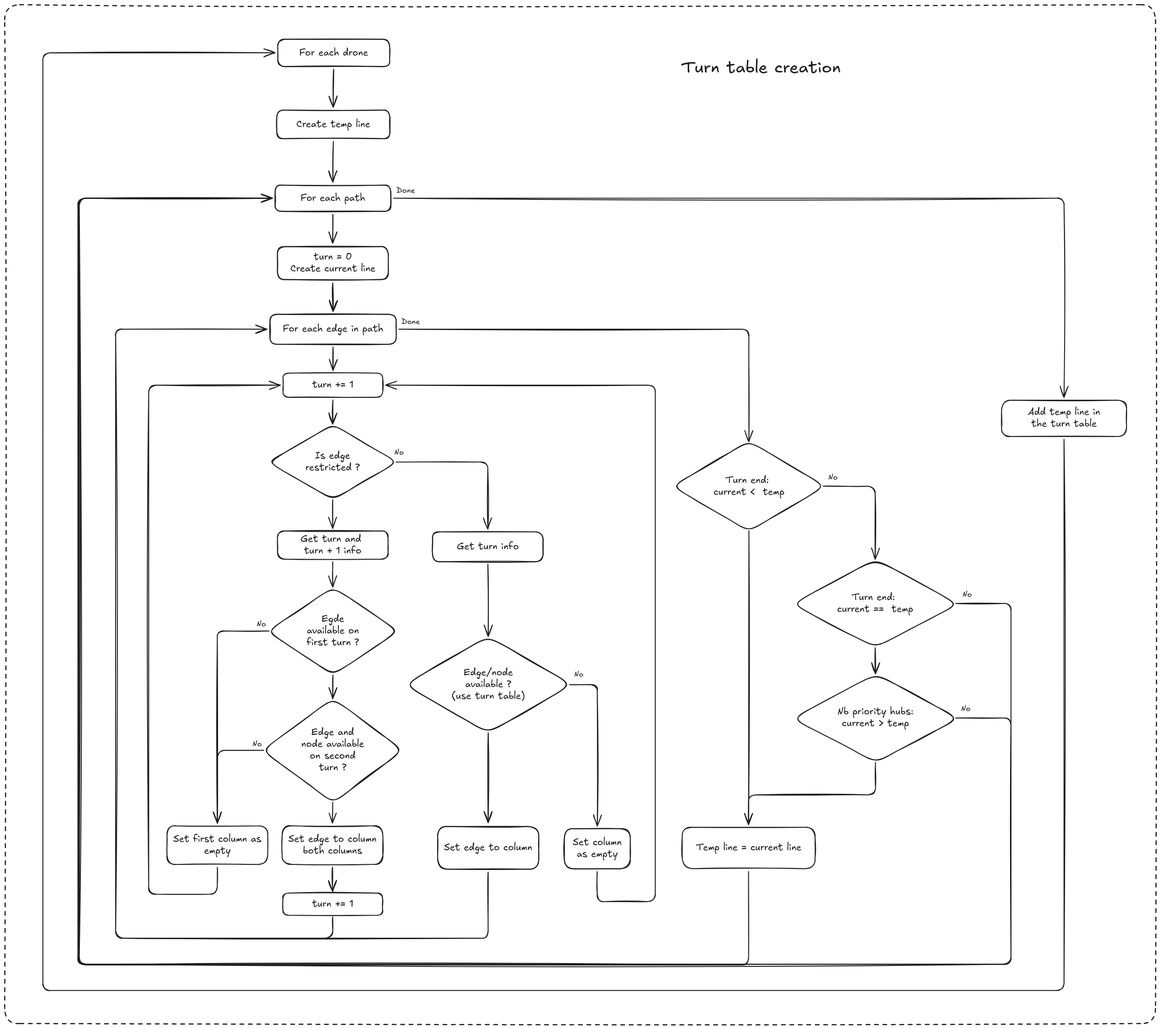
Earlier version of the Excalidraw export images/table_logic.excalidraw.png (flinguenheld/42_fly_in). Source tidied: one line per element, renumbered; positions are measured from the earlier drawing's top-left corner, leaving out a move shared by most shapes.
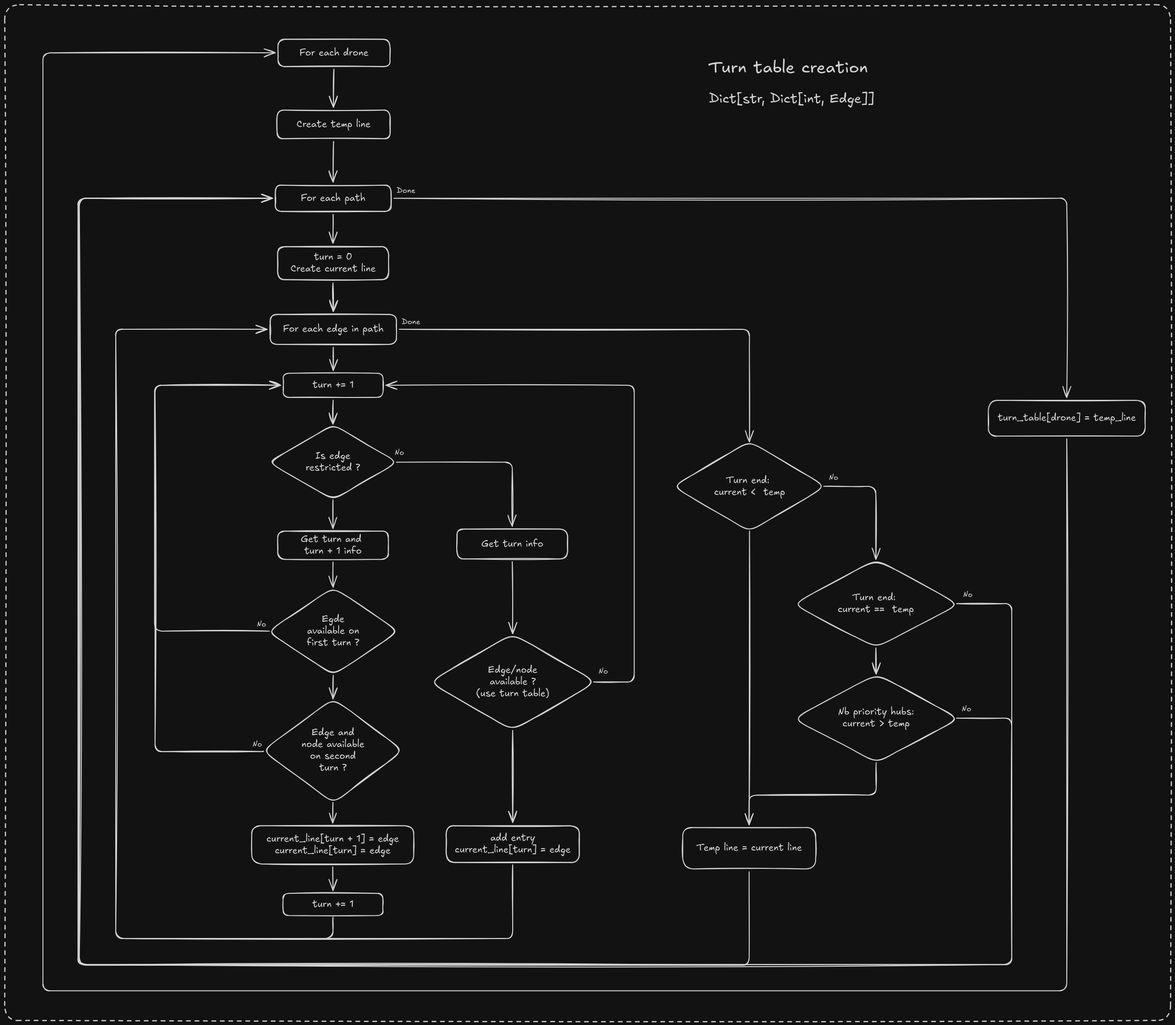
After the commit.

The edit, as a diff of the source:
```diff
@@ -4,18 +4,16 @@
 {"id": 3, "type": "text", "text": "For each path", "strokeColor": "#1e1e1e", "strokeWidth": 2, "roughness": 1, "fontSize": 20, "fontFamily": 5, "textAlign": "center", "verticalAlign": "middle", "inside": 2, "x": 630, "y": 399, "width": 138, "height": 25}
-{"id": 4, "type": "rectangle", "strokeColor": "#1e1e1e", "strokeWidth": 2, "roughness": 1, "round": true, "x": 910, "y": 1121, "width": 235, "height": 63}
+{"id": 4, "type": "rectangle", "strokeColor": "#1e1e1e", "strokeWidth": 2, "roughness": 1, "round": true, "x": 962, "y": 1115, "width": 235, "height": 63}
-{"id": 5, "type": "text", "text": "Get turn info", "strokeColor": "#1e1e1e", "strokeWidth": 2, "roughness": 1, "fontSize": 20, "fontFamily": 5, "textAlign": "center", "verticalAlign": "middle", "inside": 4, "x": 962, "y": 1140, "width": 132, "height": 25}
+{"id": 5, "type": "text", "text": "Get turn info", "strokeColor": "#1e1e1e", "strokeWidth": 2, "roughness": 1, "fontSize": 20, "fontFamily": 5, "textAlign": "center", "verticalAlign": "middle", "inside": 4, "x": 1013, "y": 1134, "width": 132, "height": 25}
 {"id": 6, "type": "rectangle", "strokeColor": "#1e1e1e", "strokeWidth": 2, "roughness": 1, "round": true, "x": 580, "y": 514, "width": 236, "height": 70}
 {"id": 7, "type": "text", "text": "turn = 0\nCreate current line", "strokeColor": "#1e1e1e", "strokeWidth": 2, "roughness": 1, "fontSize": 20, "fontFamily": 5, "textAlign": "center", "verticalAlign": "middle", "inside": 6, "x": 608, "y": 524, "width": 181, "height": 50}
-{"id": 8, "type": "diamond", "strokeColor": "#1e1e1e", "strokeWidth": 2, "roughness": 1, "round": true, "x": 851, "y": 1343, "width": 356, "height": 206}
+{"id": 8, "type": "diamond", "strokeColor": "#1e1e1e", "strokeWidth": 2, "roughness": 1, "round": true, "x": 902, "y": 1337, "width": 356, "height": 206}
-{"id": 9, "type": "text", "text": "Edge/node\navailable ?\n(use turn table)", "strokeColor": "#1e1e1e", "strokeWidth": 2, "roughness": 1, "fontSize": 20, "fontFamily": 5, "textAlign": "center", "verticalAlign": "middle", "inside": 8, "x": 951, "y": 1409, "width": 156, "height": 75}
+{"id": 9, "type": "text", "text": "Edge/node\navailable ?\n(use turn table)", "strokeColor": "#1e1e1e", "strokeWidth": 2, "roughness": 1, "fontSize": 20, "fontFamily": 5, "textAlign": "center", "verticalAlign": "middle", "inside": 8, "x": 1002, "y": 1402, "width": 156, "height": 75}
-{"id": 10, "type": "rectangle", "strokeColor": "#1e1e1e", "strokeWidth": 2, "roughness": 1, "round": true, "x": 921, "y": 1748, "width": 215, "height": 91}
+{"id": 10, "type": "rectangle", "strokeColor": "#1e1e1e", "strokeWidth": 2, "roughness": 1, "round": true, "x": 939, "y": 1746, "width": 283, "height": 78}
-{"id": 11, "type": "text", "text": "Set edge to column", "strokeColor": "#1e1e1e", "strokeWidth": 2, "roughness": 1, "fontSize": 20, "fontFamily": 5, "textAlign": "center", "verticalAlign": "middle", "inside": 10, "x": 935, "y": 1780, "width": 188, "height": 25}
+{"id": 11, "type": "text", "text": "add entry\ncurrent_line[turn] = edge", "strokeColor": "#1e1e1e", "strokeWidth": 2, "roughness": 1, "fontSize": 20, "fontFamily": 5, "textAlign": "center", "verticalAlign": "middle", "inside": 10, "x": 957, "y": 1759, "width": 246, "height": 50}
-{"id": 12, "type": "rectangle", "strokeColor": "#1e1e1e", "strokeWidth": 2, "roughness": 1, "round": true, "x": 1191, "y": 1752, "width": 140, "height": 85}
-{"id": 13, "type": "text", "text": "Set column\nas empty", "strokeColor": "#1e1e1e", "strokeWidth": 2, "roughness": 1, "fontSize": 20, "fontFamily": 5, "textAlign": "center", "verticalAlign": "middle", "inside": 12, "x": 1209, "y": 1770, "width": 104, "height": 50}
 {"id": 14, "type": "rectangle", "strokeColor": "#1e1e1e", "strokeWidth": 2, "roughness": 1, "round": true, "x": 564, "y": 658, "width": 269, "height": 64}
 {"id": 15, "type": "text", "text": "For each edge in path", "strokeColor": "#1e1e1e", "strokeWidth": 2, "roughness": 1, "fontSize": 20, "fontFamily": 5, "textAlign": "center", "verticalAlign": "middle", "inside": 14, "x": 592, "y": 678, "width": 214, "height": 25}
-{"id": 16, "type": "arrow", "strokeColor": "#1e1e1e", "strokeWidth": 2, "roughness": 1, "endArrowhead": "arrow", "from": 8, "to": 10, "x": 1029, "y": 1549, "width": 0, "height": 190, "points": [[0, 0], [0, 190]]}
+{"id": 16, "type": "arrow", "strokeColor": "#1e1e1e", "strokeWidth": 2, "roughness": 1, "endArrowhead": "arrow", "from": 8, "to": 10, "x": 1080, "y": 1543, "width": 0, "height": 196, "points": [[0, 0], [0, 196]]}
 {"id": 17, "type": "arrow", "strokeColor": "#1e1e1e", "strokeWidth": 2, "roughness": 1, "endArrowhead": "arrow", "from": 2, "to": 6, "x": 698, "y": 446, "width": 0, "height": 61, "points": [[0, 0], [0, 61]]}
 {"id": 18, "type": "arrow", "strokeColor": "#1e1e1e", "strokeWidth": 2, "roughness": 1, "endArrowhead": "arrow", "from": 0, "to": 2, "x": 699, "y": 291, "width": 1, "height": 86, "points": [[0, 0], [-1, 86]]}
-{"id": 19, "type": "arrow", "strokeColor": "#1e1e1e", "strokeWidth": 2, "roughness": 1, "endArrowhead": "arrow", "from": 4, "to": 8, "x": 1028, "y": 1190, "width": 1, "height": 153, "points": [[0, 0], [1, 153]]}
+{"id": 19, "type": "arrow", "strokeColor": "#1e1e1e", "strokeWidth": 2, "roughness": 1, "endArrowhead": "arrow", "from": 4, "to": 8, "x": 1079, "y": 1184, "width": 1, "height": 153, "points": [[0, 0], [1, 153]]}
 {"id": 20, "type": "arrow", "strokeColor": "#1e1e1e", "strokeWidth": 2, "roughness": 1, "endArrowhead": "arrow", "from": 6, "to": 14, "x": 698, "y": 592, "width": 0, "height": 60, "points": [[0, 0], [0, 60]]}
@@ -24,4 +22,4 @@
 {"id": 23, "type": "arrow", "strokeColor": "#1e1e1e", "strokeWidth": 2, "roughness": 1, "endArrowhead": "arrow", "from": 21, "to": 0, "x": 700, "y": 137, "width": 1, "height": 81, "points": [[0, 0], [-1, 81]]}
-{"id": 24, "type": "rectangle", "strokeColor": "#1e1e1e", "strokeWidth": 2, "strokeStyle": "dashed", "roughness": 1, "round": true, "x": 0, "y": 0, "width": 2448, "height": 2166}
+{"id": 24, "type": "rectangle", "strokeColor": "#1e1e1e", "strokeWidth": 2, "strokeStyle": "dashed", "roughness": 1, "round": true, "x": 0, "y": 0, "width": 2479, "height": 2159}
-{"id": 25, "type": "text", "text": "Turn table creation", "strokeColor": "#1e1e1e", "strokeWidth": 2, "strokeStyle": "dashed", "roughness": 1, "fontSize": 36, "fontFamily": 5, "x": 1439, "y": 112, "width": 340, "height": 45}
+{"id": 25, "type": "text", "text": "Turn table creation", "strokeColor": "#1e1e1e", "strokeWidth": 2, "strokeStyle": "dashed", "roughness": 1, "fontSize": 36, "fontFamily": 5, "textAlign": "center", "x": 1496, "y": 112, "width": 340, "height": 45}
 {"id": 26, "type": "diamond", "strokeColor": "#1e1e1e", "strokeWidth": 2, "roughness": 1, "round": true, "x": 561, "y": 893, "width": 275, "height": 160}
@@ -34,8 +32,4 @@
 {"id": 33, "type": "text", "text": "Edge and\nnode available\non second\nturn ?", "strokeColor": "#1e1e1e", "strokeWidth": 2, "roughness": 1, "fontSize": 20, "fontFamily": 5, "textAlign": "center", "verticalAlign": "middle", "inside": 32, "x": 631, "y": 1536, "width": 134, "height": 100}
-{"id": 34, "type": "rectangle", "strokeColor": "#1e1e1e", "strokeWidth": 2, "roughness": 1, "round": true, "x": 590, "y": 1746, "width": 214, "height": 82}
-{"id": 35, "type": "text", "text": "Set edge to column\nboth columns", "strokeColor": "#1e1e1e", "strokeWidth": 2, "roughness": 1, "fontSize": 20, "fontFamily": 5, "textAlign": "center", "verticalAlign": "middle", "inside": 34, "x": 604, "y": 1762, "width": 188, "height": 50}
 {"id": 36, "type": "rectangle", "strokeColor": "#1e1e1e", "strokeWidth": 2, "roughness": 1, "round": true, "x": 592, "y": 1889, "width": 212, "height": 47}
 {"id": 37, "type": "text", "text": "turn += 1", "strokeColor": "#1e1e1e", "strokeWidth": 2, "roughness": 1, "fontSize": 20, "fontFamily": 5, "textAlign": "center", "verticalAlign": "middle", "inside": 36, "x": 654, "y": 1900, "width": 88, "height": 25}
-{"id": 38, "type": "rectangle", "strokeColor": "#1e1e1e", "strokeWidth": 2, "roughness": 1, "round": true, "x": 345, "y": 1746, "width": 214, "height": 82}
-{"id": 39, "type": "text", "text": "Set first column as\nempty", "strokeColor": "#1e1e1e", "strokeWidth": 2, "roughness": 1, "fontSize": 20, "fontFamily": 5, "textAlign": "center", "verticalAlign": "middle", "inside": 38, "x": 359, "y": 1762, "width": 187, "height": 50}
 {"id": 40, "type": "arrow", "strokeColor": "#1e1e1e", "strokeWidth": 2, "roughness": 1, "endArrowhead": "arrow", "from": 26, "to": 28, "x": 698, "y": 1052, "width": 0, "height": 61, "points": [[0, 0], [0, 61]]}
@@ -43,12 +37,5 @@
 {"id": 42, "type": "arrow", "strokeColor": "#1e1e1e", "strokeWidth": 2, "roughness": 1, "endArrowhead": "arrow", "from": 30, "to": 32, "x": 698, "y": 1426, "width": 1, "height": 50, "points": [[0, 0], [-1, 50]]}
-{"id": 43, "type": "arrow", "strokeColor": "#1e1e1e", "strokeWidth": 2, "roughness": 1, "endArrowhead": "arrow", "from": 32, "to": 34, "x": 698, "y": 1696, "width": 0, "height": 44, "points": [[0, 0], [0, 44]]}
-{"id": 44, "type": "arrow", "strokeColor": "#1e1e1e", "strokeWidth": 2, "roughness": 1, "endArrowhead": "arrow", "from": 34, "to": 36, "x": 697, "y": 1834, "width": 1, "height": 52, "points": [[0, 0], [1, 52]]}
-{"id": 45, "type": "arrow", "strokeColor": "#1e1e1e", "strokeWidth": 2, "roughness": 1, "endArrowhead": "arrow", "from": 32, "to": 38, "x": 551, "y": 1586, "width": 99, "height": 155, "points": [[0, 0], [-99, 0], [-99, 155]]}
-{"id": 46, "type": "arrow", "strokeColor": "#1e1e1e", "strokeWidth": 2, "roughness": 1, "endArrowhead": "arrow", "from": 30, "to": 38, "x": 563, "y": 1332, "width": 110, "height": 408, "points": [[0, 0], [-110, 0], [-110, 408]]}
-{"id": 47, "type": "arrow", "strokeColor": "#1e1e1e", "strokeWidth": 2, "roughness": 1, "endArrowhead": "arrow", "from": 38, "to": 72, "x": 452, "y": 1834, "width": 280, "height": 1082, "points": [[0, 0], [0, 57], [-146, 57], [-146, -1025], [134, -1025]]}
 {"id": 48, "type": "arrow", "strokeColor": "#1e1e1e", "strokeWidth": 2, "roughness": 1, "endArrowhead": "arrow", "from": 36, "to": 14, "x": 698, "y": 1940, "width": 462, "height": 1295, "points": [[0, 0], [0, 45], [-462, 45], [-462, -1250], [-140, -1250]]}
-{"id": 49, "type": "arrow", "strokeColor": "#1e1e1e", "strokeWidth": 2, "roughness": 1, "endArrowhead": "arrow", "from": 26, "to": 4, "x": 833, "y": 973, "width": 195, "height": 142, "points": [[0, 0], [195, 0], [195, 142]]}
+{"id": 49, "type": "arrow", "strokeColor": "#1e1e1e", "strokeWidth": 2, "roughness": 1, "endArrowhead": "arrow", "from": 26, "to": 4, "x": 833, "y": 973, "width": 246, "height": 136, "points": [[0, 0], [246, 0], [246, 136]]}
-{"id": 50, "type": "arrow", "strokeColor": "#1e1e1e", "strokeWidth": 2, "roughness": 1, "endArrowhead": "arrow", "from": 8, "to": 12, "x": 1202, "y": 1446, "width": 59, "height": 300, "points": [[0, 0], [59, 0], [59, 300]]}
-{"id": 51, "type": "arrow", "strokeColor": "#1e1e1e", "strokeWidth": 2, "roughness": 1, "endArrowhead": "arrow", "from": 12, "to": 72, "x": 1261, "y": 1843, "width": 574, "height": 1098, "points": [[0, 0], [0, 64], [123, 64], [123, -1034], [-450, -1034]]}
-{"id": 52, "type": "arrow", "strokeColor": "#1e1e1e", "strokeWidth": 2, "roughness": 1, "endArrowhead": "arrow", "from": 10, "to": 14, "x": 1029, "y": 1844, "width": 792, "height": 1295, "points": [[0, 0], [0, 141], [-792, 141], [-792, -1154], [-471, -1154]]}
+{"id": 52, "type": "arrow", "strokeColor": "#1e1e1e", "strokeWidth": 2, "roughness": 1, "endArrowhead": "arrow", "from": 10, "to": 14, "x": 1080, "y": 1829, "width": 844, "height": 1295, "points": [[0, 0], [0, 156], [-844, 156], [-844, -1139], [-522, -1139]]}
 {"id": 53, "type": "diamond", "strokeColor": "#1e1e1e", "strokeWidth": 2, "roughness": 1, "round": true, "x": 1421, "y": 928, "width": 326, "height": 191}
@@ -60,3 +47,3 @@
 {"id": 59, "type": "arrow", "strokeColor": "#1e1e1e", "strokeWidth": 2, "roughness": 1, "endArrowhead": "arrow", "from": 55, "to": 2, "x": 1583, "y": 1843, "width": 1427, "height": 1630, "points": [[0, 0], [0, 199], [-1427, 199], [-1427, -1432], [-1013, -1432]]}
-{"id": 60, "type": "arrow", "strokeColor": "#1e1e1e", "strokeWidth": 2, "roughness": 1, "endArrowhead": "arrow", "from": 69, "to": 21, "x": 2254, "y": 924, "width": 2173, "height": 1994, "points": [[0, 0], [0, 1172], [-2173, 1172], [-2173, -822], [-1679, -822]]}
+{"id": 60, "type": "arrow", "strokeColor": "#1e1e1e", "strokeWidth": 2, "roughness": 1, "endArrowhead": "arrow", "from": 69, "to": 21, "x": 2258, "y": 923, "width": 2177, "height": 1994, "points": [[0, 0], [0, 1173], [-2177, 1173], [-2177, -821], [-1683, -821]]}
 {"id": 61, "type": "arrow", "strokeColor": "#1e1e1e", "strokeWidth": 2, "roughness": 1, "endArrowhead": "arrow", "from": 76, "to": 2, "x": 2023, "y": 1273, "width": 1984, "height": 1629, "points": [[0, 0], [117, 0], [117, 767], [-1866, 767], [-1866, -862], [-1454, -862]]}
@@ -65,3 +52,3 @@
 {"id": 64, "type": "text", "text": "No", "strokeColor": "#1e1e1e", "strokeWidth": 2, "roughness": 1, "fontSize": 16, "fontFamily": 5, "x": 829, "y": 943, "width": 20, "height": 20}
-{"id": 65, "type": "text", "text": "No", "strokeColor": "#1e1e1e", "strokeWidth": 2, "roughness": 1, "fontSize": 16, "fontFamily": 5, "x": 1212, "y": 1414, "width": 20, "height": 20}
+{"id": 65, "type": "text", "text": "No", "strokeColor": "#1e1e1e", "strokeWidth": 2, "roughness": 1, "fontSize": 16, "fontFamily": 5, "x": 1263, "y": 1408, "width": 20, "height": 20}
 {"id": 66, "type": "text", "text": "No", "strokeColor": "#1e1e1e", "strokeWidth": 2, "roughness": 1, "fontSize": 16, "fontFamily": 5, "x": 536, "y": 1308, "width": 20, "height": 20}
@@ -69,5 +56,5 @@
 {"id": 68, "type": "text", "text": "No", "strokeColor": "#1e1e1e", "strokeWidth": 2, "roughness": 1, "fontSize": 16, "fontFamily": 5, "x": 1752, "y": 996, "width": 20, "height": 20}
-{"id": 69, "type": "rectangle", "strokeColor": "#1e1e1e", "strokeWidth": 2, "roughness": 1, "round": true, "x": 2121, "y": 841, "width": 266, "height": 77}
+{"id": 69, "type": "rectangle", "strokeColor": "#1e1e1e", "strokeWidth": 2, "roughness": 1, "round": true, "x": 2091, "y": 841, "width": 333, "height": 76}
-{"id": 70, "type": "text", "text": "Add temp line in\nthe turn table", "strokeColor": "#1e1e1e", "strokeWidth": 2, "roughness": 1, "fontSize": 20, "fontFamily": 5, "textAlign": "center", "verticalAlign": "middle", "inside": 69, "x": 2177, "y": 855, "width": 154, "height": 50}
+{"id": 70, "type": "text", "text": "turn_table[drone] = temp_line", "strokeColor": "#1e1e1e", "strokeWidth": 2, "roughness": 1, "fontSize": 20, "fontFamily": 5, "textAlign": "center", "verticalAlign": "middle", "inside": 69, "x": 2111, "y": 867, "width": 294, "height": 25}
-{"id": 71, "type": "arrow", "strokeColor": "#1e1e1e", "strokeWidth": 2, "roughness": 1, "endArrowhead": "arrow", "from": 2, "to": 69, "x": 827, "y": 411, "width": 1426, "height": 424, "points": [[0, 0], [1426, 0], [1426, 424]]}
+{"id": 71, "type": "arrow", "strokeColor": "#1e1e1e", "strokeWidth": 2, "roughness": 1, "endArrowhead": "arrow", "from": 2, "to": 69, "x": 827, "y": 411, "width": 1430, "height": 424, "points": [[0, 0], [1430, 0], [1430, 424]]}
 {"id": 72, "type": "rectangle", "strokeColor": "#1e1e1e", "strokeWidth": 2, "roughness": 1, "round": true, "x": 592, "y": 784, "width": 212, "height": 51}
@@ -86,1 +73,9 @@
 {"id": 85, "type": "text", "text": "No", "strokeColor": "#1e1e1e", "strokeWidth": 2, "roughness": 1, "fontSize": 16, "fontFamily": 5, "x": 2035, "y": 1488, "width": 20, "height": 20}
+{"id": 86, "type": "text", "text": "Dict[str, Dict[int, Edge]]", "strokeColor": "#1e1e1e", "strokeWidth": 2, "roughness": 1, "fontSize": 28, "fontFamily": 5, "textAlign": "center", "x": 1498, "y": 183, "width": 351, "height": 35}
+{"id": 87, "type": "arrow", "strokeColor": "#1e1e1e", "strokeWidth": 2, "roughness": 1, "endArrowhead": "arrow", "from": 8, "to": 72, "x": 1252, "y": 1440, "width": 528, "height": 631, "points": [[0, 0], [87, 0], [87, -631], [-441, -631]]}
+{"id": 88, "type": "arrow", "strokeColor": "#1e1e1e", "strokeWidth": 2, "roughness": 1, "endArrowhead": "arrow", "from": 30, "to": 72, "x": 563, "y": 1332, "width": 268, "height": 523, "points": [[0, 0], [-244, 0], [-244, -523], [24, -523]]}
+{"id": 89, "type": "arrow", "strokeColor": "#1e1e1e", "strokeWidth": 2, "roughness": 1, "endArrowhead": "arrow", "from": 67, "to": 72, "x": 550, "y": 1588, "width": 267, "height": 779, "points": [[0, 0], [0, 0], [-230, 0], [-230, -779], [36, -779]]}
+{"id": 90, "type": "rectangle", "strokeColor": "#1e1e1e", "strokeWidth": 2, "roughness": 1, "round": true, "x": 525, "y": 1745, "width": 344, "height": 81}
+{"id": 91, "type": "text", "text": "current_line[turn + 1] = edge\ncurrent_line[turn] = edge", "strokeColor": "#1e1e1e", "strokeWidth": 2, "roughness": 1, "fontSize": 20, "fontFamily": 5, "textAlign": "center", "verticalAlign": "middle", "inside": 90, "x": 557, "y": 1761, "width": 282, "height": 50}
+{"id": 92, "type": "arrow", "strokeColor": "#1e1e1e", "strokeWidth": 2, "roughness": 1, "endArrowhead": "arrow", "from": 32, "to": 90, "x": 698, "y": 1696, "width": 1, "height": 44, "points": [[0, 0], [-1, 44]]}
+{"id": 93, "type": "arrow", "strokeColor": "#1e1e1e", "strokeWidth": 2, "roughness": 1, "endArrowhead": "arrow", "from": 90, "to": 36, "x": 697, "y": 1833, "width": 1, "height": 50, "points": [[0, 0], [1, 50]]}
```
